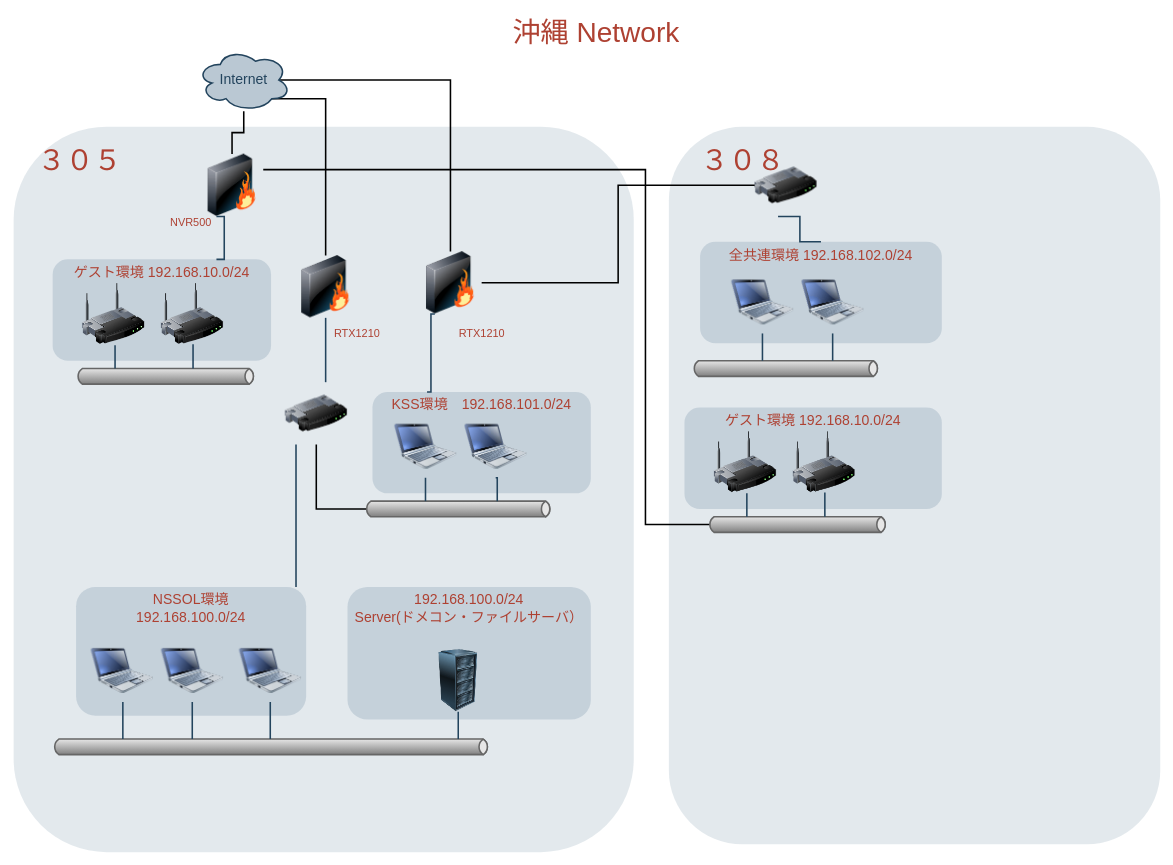
The draw.io diagram 0610Study/Untitled Diagram.drawio in oomorimotohiro/study-4, before the edit. Source tidied: cells renumbered, new cells numbered last; positions are measured from the earlier drawing's top-left corner, leaving out a move shared by most shapes. Both pictures are drawn from the tidied source at 78%, with x=0, y=0 at pixel (13, 13).
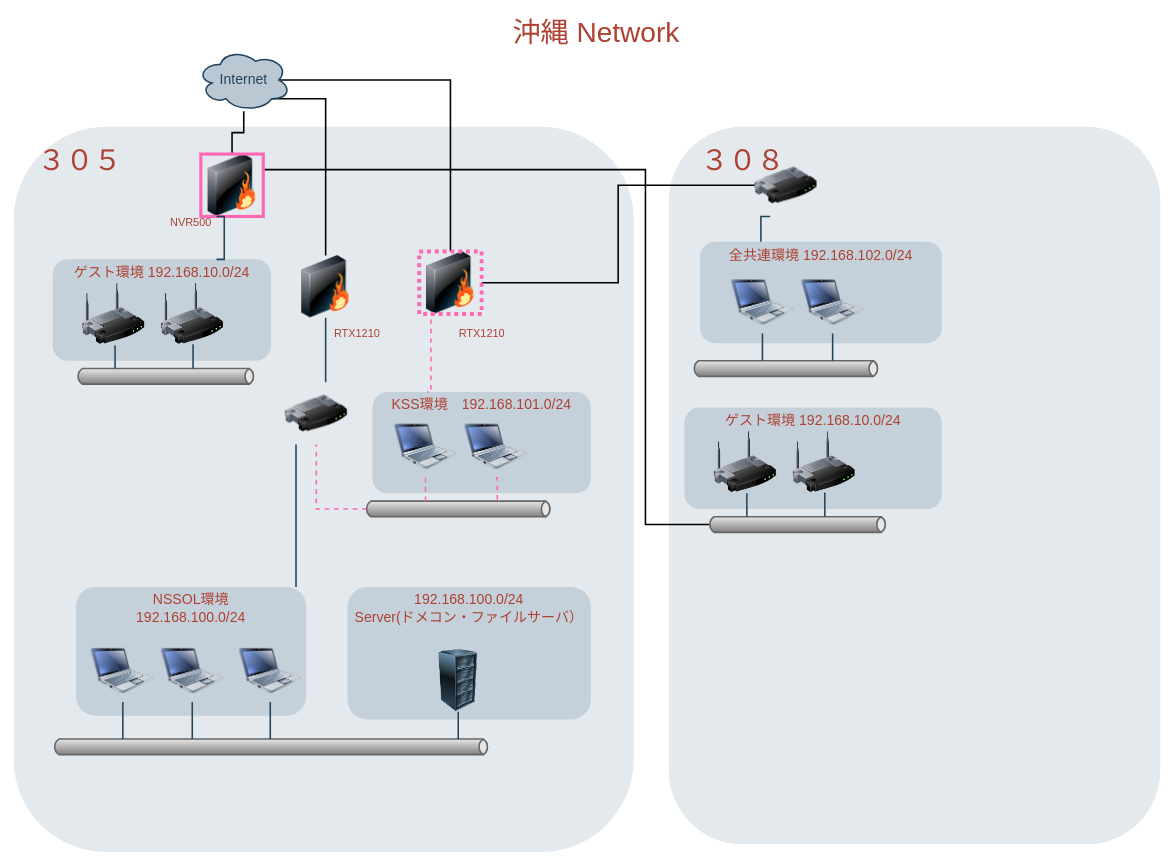
After the change.

Commit message:
Untitled Diagram.drawio を更新します

Unchanged cells that the change refers to:
```xml
<mxCell id="16" style="image;html=1;image=img/lib/clip_art/networking/Router_128x128.png;shadow=0;strokeColor=#000000;fillColor=#FFFFFF;gradientColor=none;fontSize=18;fontColor=#F08705;fontStyle=0;" parent="1" vertex="1">
  <mxGeometry x="348" y="472.5" width="80" height="80" as="geometry" />
</mxCell>
<mxCell id="29" style="image;html=1;image=img/lib/clip_art/networking/Router_128x128.png;shadow=0;strokeColor=#000000;fillColor=#FFFFFF;gradientColor=none;fontSize=18;fontColor=#F08705;fontStyle=0;" parent="1" vertex="1">
  <mxGeometry x="950" y="180" width="80" height="80" as="geometry" />
</mxCell>
<mxCell id="43" style="strokeWidth=2;strokeColor=#666666;dashed=0;align=center;html=1;fontSize=8;shape=mxgraph.eip.messageChannel;shadow=0;fillColor=#FFFFFF;gradientColor=none;fontColor=#F08705;fontStyle=0;" parent="1" vertex="1">
  <mxGeometry x="450" y="625" width="240" height="20" as="geometry" />
</mxCell>
<mxCell id="44" value="KSS環境　192.168.101.0/24" style="rounded=1;whiteSpace=wrap;html=1;shadow=0;strokeColor=none;fillColor=#BAC8D3;gradientColor=none;fontSize=18;fontColor=#AE4132;verticalAlign=top;fontStyle=0;opacity=70;strokeWidth=3;" parent="1" vertex="1">
  <mxGeometry x="460" y="485" width="280" height="130" as="geometry" />
</mxCell>
<mxCell id="45" style="image;html=1;image=img/lib/clip_art/computers/Netbook_128x128.png;shadow=0;strokeColor=#000000;fillColor=#FFFFFF;gradientColor=none;fontSize=18;fontColor=#F08705;fontStyle=0;" parent="1" vertex="1">
  <mxGeometry x="488" y="515" width="80" height="80" as="geometry" />
</mxCell>
<mxCell id="46" style="image;html=1;image=img/lib/clip_art/computers/Netbook_128x128.png;shadow=0;strokeColor=#000000;fillColor=#FFFFFF;gradientColor=none;fontSize=18;fontColor=#F08705;fontStyle=0;" parent="1" vertex="1">
  <mxGeometry x="578" y="515" width="80" height="80" as="geometry" />
</mxCell>
<mxCell id="50" value="全共連環境 192.168.102.0/24" style="rounded=1;whiteSpace=wrap;html=1;shadow=0;strokeColor=none;fillColor=#BAC8D3;gradientColor=none;fontSize=18;fontColor=#AE4132;verticalAlign=top;fontStyle=0;opacity=70;strokeWidth=3;" parent="1" vertex="1">
  <mxGeometry x="880" y="292.5" width="310" height="130" as="geometry" />
</mxCell>
```

Change to the diagram source:
```diff
@@
-    <mxCell id="20" style="image;html=1;image=img/lib/clip_art/networking/Firewall_128x128.png;shadow=0;strokeColor=#000000;fillColor=#FFFFFF;gradientColor=none;fontSize=18;fontColor=#F08705;fontStyle=0;" parent="1" vertex="1">
+    <mxCell id="20" style="image;html=1;image=img/lib/clip_art/networking/Firewall_128x128.png;shadow=0;strokeColor=#000000;fillColor=#FFFFFF;gradientColor=none;fontSize=18;fontColor=#F08705;fontStyle=0;imageBorder=#FF66B3;strokeWidth=4;" parent="1" vertex="1">
       <mxGeometry x="240" y="180" width="80" height="80" as="geometry" />
     </mxCell>
@@
-    <mxCell id="31" style="image;html=1;image=img/lib/clip_art/networking/Firewall_128x128.png;shadow=0;strokeColor=#000000;fillColor=#FFFFFF;gradientColor=none;fontSize=18;fontColor=#F08705;fontStyle=0;" parent="1" vertex="1">
+    <mxCell id="31" style="image;html=1;image=img/lib/clip_art/networking/Firewall_128x128.png;shadow=0;strokeColor=#000000;fillColor=#FFFFFF;gradientColor=none;fontSize=18;fontColor=#F08705;fontStyle=0;dashed=1;dashPattern=1 1;imageBorder=#FF66B3;strokeWidth=5;" parent="1" vertex="1">
       <mxGeometry x="520" y="305" width="80" height="80" as="geometry" />
     </mxCell>
@@
-    <mxCell id="42" style="edgeStyle=orthogonalEdgeStyle;rounded=0;jettySize=auto;html=1;exitX=0;exitY=0.5;exitDx=2.7;exitDy=0;exitPerimeter=0;fontSize=14;horizontal=0;endArrow=none;endFill=0;strokeWidth=2;" parent="1" edge="1" source="43" target="16">
+    <mxCell id="42" style="edgeStyle=orthogonalEdgeStyle;rounded=0;jettySize=auto;html=1;exitX=0;exitY=0.5;exitDx=2.7;exitDy=0;exitPerimeter=0;fontSize=14;horizontal=0;endArrow=none;endFill=0;strokeWidth=2;fillColor=#f8cecc;strokeColor=#FF66B3;dashed=1;" parent="1" edge="1" source="43" target="16">
       <mxGeometry relative="1" as="geometry" />
     </mxCell>
@@
-    <mxCell id="47" style="edgeStyle=elbowEdgeStyle;strokeWidth=2;rounded=0;endArrow=none;startArrow=none;startSize=10;endSize=10;dashed=0;html=1;strokeColor=#23445D;fontSize=18;fontColor=#F08705;startFill=0;endFill=0;fontStyle=0;exitX=0.5;exitY=1;exitDx=0;exitDy=0;" parent="1" edge="1" source="45" target="43">
+    <mxCell id="47" style="edgeStyle=elbowEdgeStyle;strokeWidth=2;rounded=0;endArrow=none;startArrow=none;startSize=10;endSize=10;dashed=1;html=1;fontSize=18;fontColor=#F08705;startFill=0;endFill=0;fontStyle=0;exitX=0.5;exitY=1;exitDx=0;exitDy=0;strokeColor=#FF66B3;" parent="1" edge="1" source="45" target="43">
       <mxGeometry relative="1" as="geometry">
         <Array as="points">
           <mxPoint x="528" y="615" />
           <mxPoint x="118.5" y="738.5" />
         </Array>
       </mxGeometry>
     </mxCell>
-    <mxCell id="48" style="edgeStyle=elbowEdgeStyle;strokeWidth=2;rounded=0;endArrow=none;startArrow=none;startSize=10;endSize=10;dashed=0;html=1;strokeColor=#23445D;fontSize=18;fontColor=#F08705;startFill=0;endFill=0;fontStyle=0;exitX=0.5;exitY=1;exitDx=0;exitDy=0;entryX=0;entryY=0;entryDx=170;entryDy=0;entryPerimeter=0;" parent="1" edge="1" source="46" target="43">
+    <mxCell id="48" style="edgeStyle=elbowEdgeStyle;strokeWidth=2;rounded=0;endArrow=none;startArrow=none;startSize=10;endSize=10;dashed=1;html=1;fontSize=18;fontColor=#F08705;startFill=0;endFill=0;fontStyle=0;exitX=0.5;exitY=1;exitDx=0;exitDy=0;entryX=0;entryY=0;entryDx=170;entryDy=0;entryPerimeter=0;strokeColor=#FF66B3;" parent="1" edge="1" source="46" target="43">
       <mxGeometry relative="1" as="geometry">
         <Array as="points">
           <mxPoint x="620" y="615" />
           <mxPoint x="128.5" y="748.5" />
         </Array>
       </mxGeometry>
     </mxCell>
-    <mxCell id="49" style="edgeStyle=elbowEdgeStyle;strokeWidth=2;rounded=0;endArrow=none;startArrow=none;startSize=10;endSize=10;dashed=0;html=1;strokeColor=#23445D;fontSize=18;fontColor=#F08705;startFill=0;endFill=0;fontStyle=0;exitX=0.25;exitY=1;exitDx=0;exitDy=0;entryX=0.25;entryY=0;entryDx=0;entryDy=0;" parent="1" edge="1" source="31" target="44">
+    <mxCell id="49" style="edgeStyle=elbowEdgeStyle;strokeWidth=2;rounded=0;endArrow=none;startArrow=none;startSize=10;endSize=10;dashed=1;html=1;fontSize=18;fontColor=#F08705;startFill=0;endFill=0;fontStyle=0;exitX=0.25;exitY=1;exitDx=0;exitDy=0;entryX=0.25;entryY=0;entryDx=0;entryDy=0;strokeColor=#FF66B3;" parent="1" edge="1" source="31" target="44">
       <mxGeometry relative="1" as="geometry" />
     </mxCell>
@@
-    <mxCell id="51" style="edgeStyle=elbowEdgeStyle;strokeWidth=2;rounded=0;endArrow=none;startArrow=none;startSize=10;endSize=10;dashed=0;html=1;strokeColor=#23445D;fontSize=18;fontColor=#F08705;startFill=0;endFill=0;fontStyle=0;entryX=0.5;entryY=0;entryDx=0;entryDy=0;" parent="1" edge="1" target="50">
+    <mxCell id="51" style="edgeStyle=elbowEdgeStyle;strokeWidth=2;rounded=0;endArrow=none;startArrow=none;startSize=10;endSize=10;dashed=0;html=1;strokeColor=#23445D;fontSize=18;fontColor=#F08705;startFill=0;endFill=0;fontStyle=0;entryX=0.25;entryY=0;entryDx=0;entryDy=0;exitX=0.25;exitY=1;exitDx=0;exitDy=0;" parent="1" edge="1" source="29" target="50">
       <mxGeometry relative="1" as="geometry">
-        <mxPoint x="980" y="260" as="sourcePoint" />
+        <Array as="points">
+          <mxPoint x="958" y="275" />
+        </Array>
       </mxGeometry>
     </mxCell>
```
